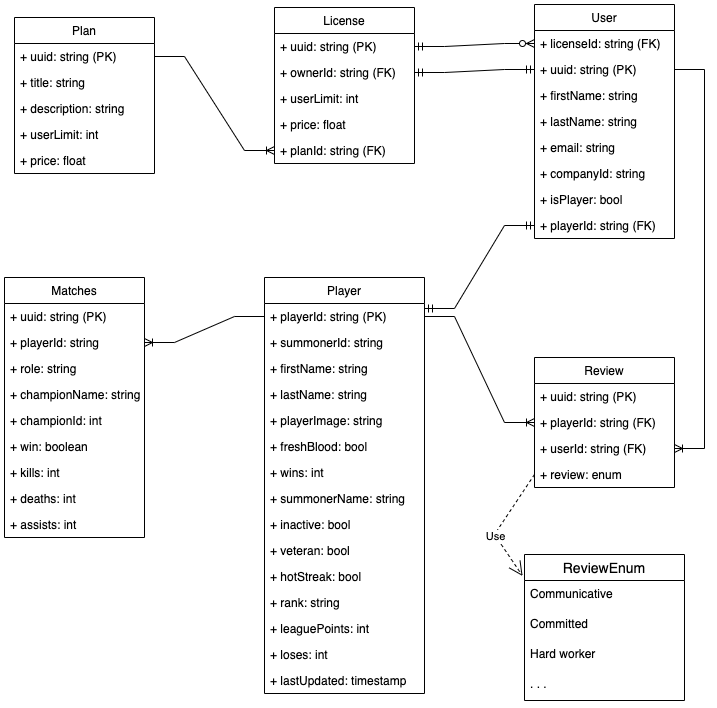
The draw.io diagram docs/dataModel.png in zyzmoz/global-player, before a commit. Source tidied: cells renumbered, new cells last; positions are measured from the earlier drawing's top-left corner, leaving out a move shared by most shapes.
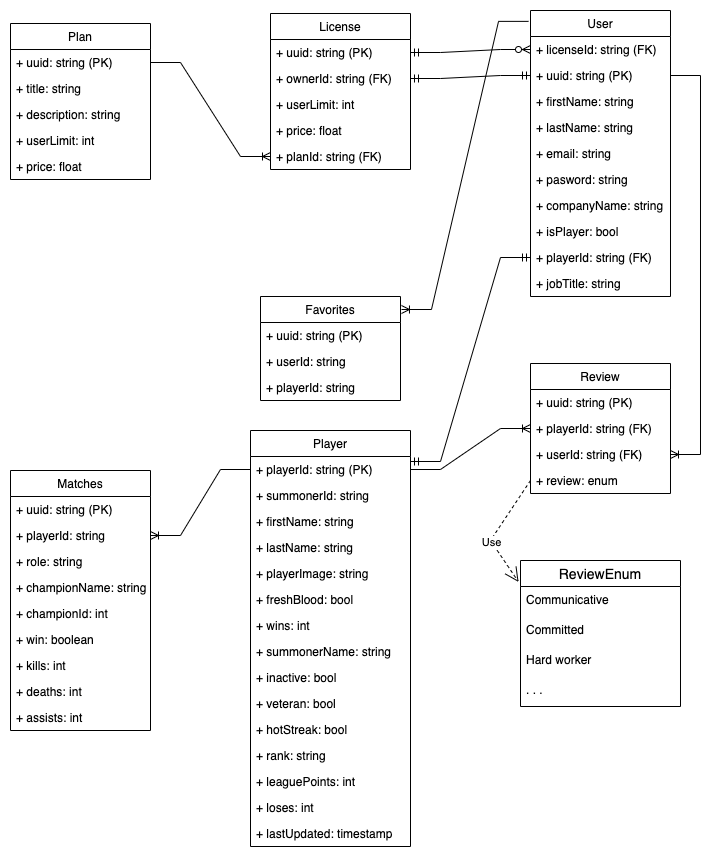
Above is the later version.

Commit message:
feature: Create Favorites route

Change to the diagram source:
```diff
@@ -3,7 +3,7 @@
     <mxCell id="0" />
     <mxCell id="1" parent="0" />
     <mxCell id="2" value="Player" style="swimlane;fontStyle=0;horizontal=1;startSize=26;fillColor=none;" parent="1" vertex="1">
-      <mxGeometry x="260" y="273" width="160" height="416" as="geometry" />
+      <mxGeometry x="250" y="420" width="160" height="416" as="geometry" />
     </mxCell>
     <mxCell id="3" value="+ playerId: string (PK)" style="text;strokeColor=none;fillColor=none;align=left;verticalAlign=top;spacingLeft=4;spacingRight=4;overflow=hidden;points=[[0,0.5],[1,0.5]];portConstraint=eastwest;" parent="2" vertex="1">
       <mxGeometry y="26" width="160" height="26" as="geometry" />
@@ -51,7 +51,7 @@
       <mxGeometry y="390" width="160" height="26" as="geometry" />
     </mxCell>
     <mxCell id="18" value="User" style="swimlane;fontStyle=0;horizontal=1;startSize=26;fillColor=none;" parent="1" vertex="1">
-      <mxGeometry x="530" width="140" height="234" as="geometry" />
+      <mxGeometry x="530" width="140" height="286" as="geometry" />
     </mxCell>
     <mxCell id="19" value="+ licenseId: string (FK)" style="text;strokeColor=none;fillColor=none;align=left;verticalAlign=top;spacingLeft=4;spacingRight=4;overflow=hidden;points=[[0,0.5],[1,0.5]];portConstraint=eastwest;" parent="18" vertex="1">
       <mxGeometry y="26" width="140" height="26" as="geometry" />
@@ -68,15 +68,21 @@
     <mxCell id="23" value="+ email: string" style="text;strokeColor=none;fillColor=none;align=left;verticalAlign=top;spacingLeft=4;spacingRight=4;overflow=hidden;" parent="18" vertex="1">
       <mxGeometry y="130" width="140" height="26" as="geometry" />
     </mxCell>
-    <mxCell id="24" value="+ companyId: string" style="text;strokeColor=none;fillColor=none;align=left;verticalAlign=top;spacingLeft=4;spacingRight=4;overflow=hidden;" parent="18" vertex="1">
+    <mxCell id="24" value="+ pasword: string" style="text;strokeColor=none;fillColor=none;align=left;verticalAlign=top;spacingLeft=4;spacingRight=4;overflow=hidden;" parent="18" vertex="1">
       <mxGeometry y="156" width="140" height="26" as="geometry" />
     </mxCell>
+    <mxCell id="67" value="+ companyName: string" style="text;strokeColor=none;fillColor=none;align=left;verticalAlign=top;spacingLeft=4;spacingRight=4;overflow=hidden;" parent="18" vertex="1">
+      <mxGeometry y="182" width="140" height="26" as="geometry" />
+    </mxCell>
     <mxCell id="25" value="+ isPlayer: bool" style="text;strokeColor=none;fillColor=none;align=left;verticalAlign=top;spacingLeft=4;spacingRight=4;overflow=hidden;" parent="18" vertex="1">
-      <mxGeometry y="182" width="140" height="26" as="geometry" />
+      <mxGeometry y="208" width="140" height="26" as="geometry" />
     </mxCell>
     <mxCell id="26" value="+ playerId: string (FK)" style="text;strokeColor=none;fillColor=none;align=left;verticalAlign=top;spacingLeft=4;spacingRight=4;overflow=hidden;points=[[0,0.5],[1,0.5]];portConstraint=eastwest;" parent="18" vertex="1">
-      <mxGeometry y="208" width="140" height="26" as="geometry" />
+      <mxGeometry y="234" width="140" height="26" as="geometry" />
     </mxCell>
+    <mxCell id="68" value="+ jobTitle: string" style="text;strokeColor=none;fillColor=none;align=left;verticalAlign=top;spacingLeft=4;spacingRight=4;overflow=hidden;" parent="18" vertex="1">
+      <mxGeometry y="260" width="140" height="26" as="geometry" />
+    </mxCell>
     <mxCell id="27" value="Plan" style="swimlane;fontStyle=0;horizontal=1;startSize=26;fillColor=none;" parent="1" vertex="1">
       <mxGeometry x="10" y="13" width="140" height="156" as="geometry" />
     </mxCell>
@@ -169,7 +175,7 @@
       <mxGeometry relative="1" as="geometry" />
     </mxCell>
     <mxCell id="56" value="Matches" style="swimlane;fontStyle=0;horizontal=1;startSize=26;fillColor=none;" parent="1" vertex="1">
-      <mxGeometry y="273" width="140" height="260" as="geometry" />
+      <mxGeometry x="10" y="460" width="140" height="260" as="geometry" />
     </mxCell>
     <mxCell id="57" value="+ uuid: string (PK)" style="text;strokeColor=none;fillColor=none;align=left;verticalAlign=top;spacingLeft=4;spacingRight=4;overflow=hidden;" parent="56" vertex="1">
       <mxGeometry y="26" width="140" height="26" as="geometry" />
@@ -201,5 +207,20 @@
     <mxCell id="66" style="edgeStyle=entityRelationEdgeStyle;fontSize=12;html=1;endArrow=ERoneToMany;rounded=0;entryX=1;entryY=0.5;entryDx=0;entryDy=0;exitX=0;exitY=0.5;exitDx=0;exitDy=0;" parent="1" edge="1" source="3" target="58">
       <mxGeometry relative="1" as="geometry" />
     </mxCell>
+    <mxCell id="69" value="Favorites" style="swimlane;fontStyle=0;horizontal=1;startSize=26;fillColor=none;" parent="1" vertex="1">
+      <mxGeometry x="260" y="286" width="140" height="104" as="geometry" />
+    </mxCell>
+    <mxCell id="70" value="+ uuid: string (PK)" style="text;strokeColor=none;fillColor=none;align=left;verticalAlign=top;spacingLeft=4;spacingRight=4;overflow=hidden;" parent="69" vertex="1">
+      <mxGeometry y="26" width="140" height="26" as="geometry" />
+    </mxCell>
+    <mxCell id="71" value="+ userId: string" style="text;strokeColor=none;fillColor=none;align=left;verticalAlign=top;spacingLeft=4;spacingRight=4;overflow=hidden;" parent="69" vertex="1">
+      <mxGeometry y="52" width="140" height="26" as="geometry" />
+    </mxCell>
+    <mxCell id="72" value="+ playerId: string" style="text;strokeColor=none;fillColor=none;align=left;verticalAlign=top;spacingLeft=4;spacingRight=4;overflow=hidden;" parent="69" vertex="1">
+      <mxGeometry y="78" width="140" height="26" as="geometry" />
+    </mxCell>
+    <mxCell id="73" style="edgeStyle=entityRelationEdgeStyle;fontSize=12;html=1;endArrow=ERoneToMany;rounded=0;exitX=-0.014;exitY=0.038;exitDx=0;exitDy=0;exitPerimeter=0;entryX=1.007;entryY=0.125;entryDx=0;entryDy=0;entryPerimeter=0;" parent="1" edge="1" source="18" target="69">
+      <mxGeometry relative="1" as="geometry" />
+    </mxCell>
   </root>
 </mxGraphModel>
```
